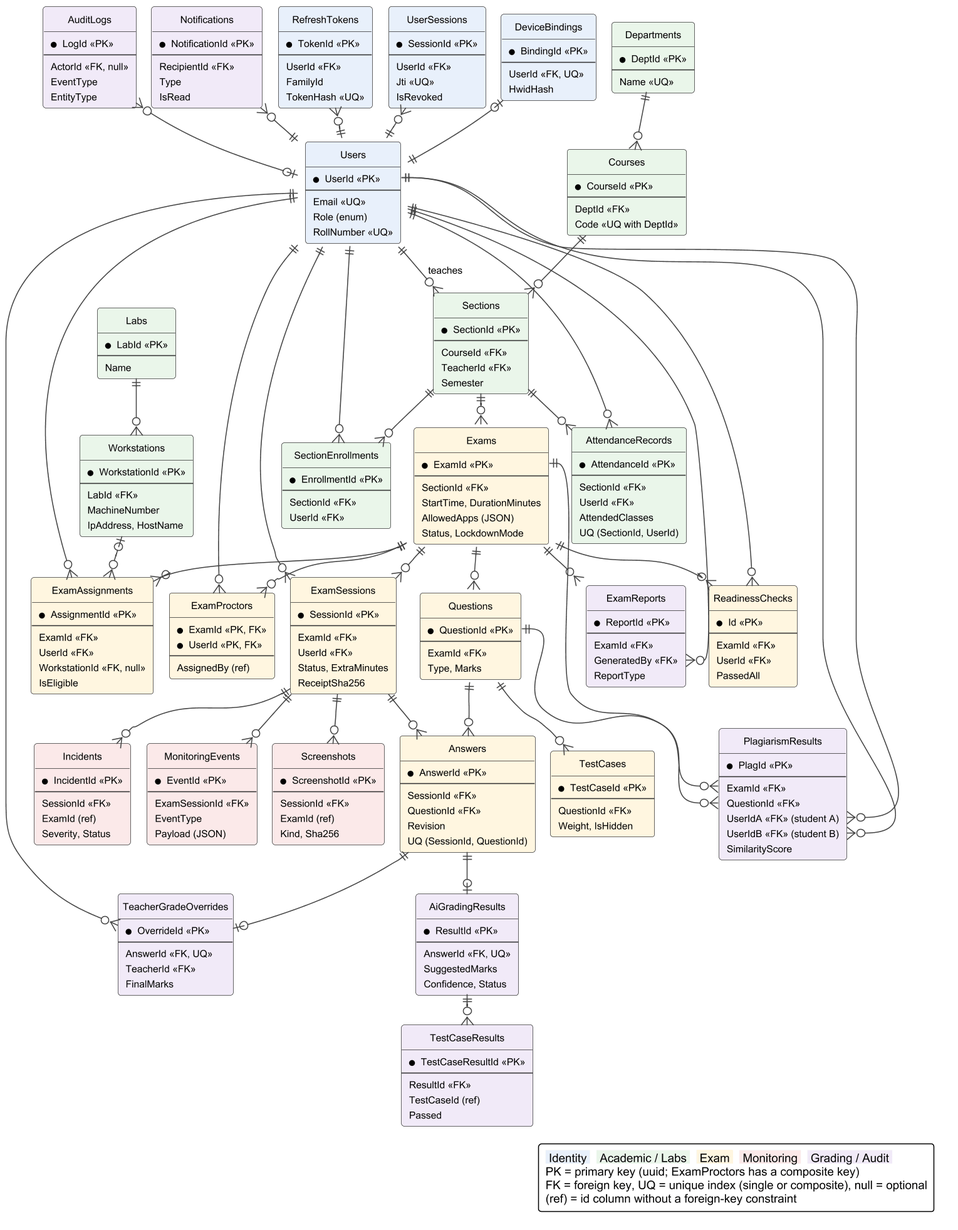
Earlier version of the PlantUML export important docs/fyp_doc_3chatp/Figures/erd_diagram.png (Haiderali27-hub/AI-Lab-Monitoring-). Its source is kept beside it as important docs/fyp_doc_3chatp/Figures/src/erd_diagram.puml. Source of this version:
```plantuml
@startuml
!include style.iuml
hide circle
hide empty methods
skinparam nodesep 16
skinparam ranksep 30
hide stereotype
skinparam entity {
  FontSize 13
  AttributeFontSize 12
}
skinparam ArrowColor #444444

entity Users <<Id>> #E8F0FB {
  * UserId <<PK>>
  --
  Email <<UQ>>
  Role (enum)
  RollNumber <<UQ>>
}
entity DeviceBindings <<Id>> #E8F0FB {
  * BindingId <<PK>>
  --
  UserId <<FK, UQ>>
  HwidHash
}
entity UserSessions <<Id>> #E8F0FB {
  * SessionId <<PK>>
  --
  UserId <<FK>>
  Jti <<UQ>>
  IsRevoked
}
entity RefreshTokens <<Id>> #E8F0FB {
  * TokenId <<PK>>
  --
  UserId <<FK>>
  FamilyId
  TokenHash <<UQ>>
}
entity Notifications <<Gr>> #F1EAF8 {
  * NotificationId <<PK>>
  --
  RecipientId <<FK>>
  Type
  IsRead
}
entity AuditLogs <<Gr>> #F1EAF8 {
  * LogId <<PK>>
  --
  ActorId <<FK, null>>
  EventType
  EntityType
}

entity Departments <<Ac>> #EAF6EA {
  * DeptId <<PK>>
  --
  Name <<UQ>>
}
entity Courses <<Ac>> #EAF6EA {
  * CourseId <<PK>>
  --
  DeptId <<FK>>
  Code <<UQ with DeptId>>
}
entity Sections <<Ac>> #EAF6EA {
  * SectionId <<PK>>
  --
  CourseId <<FK>>
  TeacherId <<FK>>
  Semester
}
entity SectionEnrollments <<Ac>> #EAF6EA {
  * EnrollmentId <<PK>>
  --
  SectionId <<FK>>
  UserId <<FK>>
}
entity AttendanceRecords <<Ac>> #EAF6EA {
  * AttendanceId <<PK>>
  --
  SectionId <<FK>>
  UserId <<FK>>
  AttendedClasses
  UQ (SectionId, UserId)
}
entity Labs <<Ac>> #EAF6EA {
  * LabId <<PK>>
  --
  Name
}
entity Workstations <<Ac>> #EAF6EA {
  * WorkstationId <<PK>>
  --
  LabId <<FK>>
  MachineNumber
  IpAddress, HostName
}

entity Exams <<Ex>> #FFF6E0 {
  * ExamId <<PK>>
  --
  SectionId <<FK>>
  StartTime, DurationMinutes
  AllowedApps (JSON)
  Status, LockdownMode
}
entity Questions <<Ex>> #FFF6E0 {
  * QuestionId <<PK>>
  --
  ExamId <<FK>>
  Type, Marks
}
entity TestCases <<Ex>> #FFF6E0 {
  * TestCaseId <<PK>>
  --
  QuestionId <<FK>>
  Weight, IsHidden
}
entity ExamAssignments <<Ex>> #FFF6E0 {
  * AssignmentId <<PK>>
  --
  ExamId <<FK>>
  UserId <<FK>>
  WorkstationId <<FK, null>>
  IsEligible
}
entity ExamProctors <<Ex>> #FFF6E0 {
  * ExamId <<PK, FK>>
  * UserId <<PK, FK>>
  --
  AssignedBy (ref)
}
entity ReadinessChecks <<Ex>> #FFF6E0 {
  * Id <<PK>>
  --
  ExamId <<FK>>
  UserId <<FK>>
  PassedAll
}
entity ExamSessions <<Ex>> #FFF6E0 {
  * SessionId <<PK>>
  --
  ExamId <<FK>>
  UserId <<FK>>
  Status, ExtraMinutes
  ReceiptSha256
}
entity Answers <<Ex>> #FFF6E0 {
  * AnswerId <<PK>>
  --
  SessionId <<FK>>
  QuestionId <<FK>>
  Revision
  UQ (SessionId, QuestionId)
}

entity MonitoringEvents <<Mo>> #FBE9E9 {
  * EventId <<PK>>
  --
  ExamSessionId <<FK>>
  EventType
  Payload (JSON)
}
entity Screenshots <<Mo>> #FBE9E9 {
  * ScreenshotId <<PK>>
  --
  SessionId <<FK>>
  ExamId (ref)
  Kind, Sha256
}
entity Incidents <<Mo>> #FBE9E9 {
  * IncidentId <<PK>>
  --
  SessionId <<FK>>
  ExamId (ref)
  Severity, Status
}

entity AiGradingResults <<Gr>> #F1EAF8 {
  * ResultId <<PK>>
  --
  AnswerId <<FK, UQ>>
  SuggestedMarks
  Confidence, Status
}
entity TestCaseResults <<Gr>> #F1EAF8 {
  * TestCaseResultId <<PK>>
  --
  ResultId <<FK>>
  TestCaseId (ref)
  Passed
}
entity TeacherGradeOverrides <<Gr>> #F1EAF8 {
  * OverrideId <<PK>>
  --
  AnswerId <<FK, UQ>>
  TeacherId <<FK>>
  FinalMarks
}
entity PlagiarismResults <<Gr>> #F1EAF8 {
  * PlagId <<PK>>
  --
  ExamId <<FK>>
  QuestionId <<FK>>
  UserIdA <<FK>> (student A)
  UserIdB <<FK>> (student B)
  SimilarityScore
}
entity ExamReports <<Gr>> #F1EAF8 {
  * ReportId <<PK>>
  --
  ExamId <<FK>>
  GeneratedBy <<FK>>
  ReportType
}


Users ||-up-o| DeviceBindings
Users ||-up-o{ UserSessions
Users ||-up-o{ RefreshTokens
Users ||-up-o{ Notifications
Users |o-up-o{ AuditLogs

Departments ||--o{ Courses
Courses ||--o{ Sections
Users ||--o{ Sections : teaches
Sections ||--o{ SectionEnrollments
Users ||--o{ SectionEnrollments
Sections ||--o{ AttendanceRecords
Users ||--o{ AttendanceRecords
Labs ||--o{ Workstations

Sections ||--o{ Exams
Exams ||--o{ Questions
Questions ||--o{ TestCases
Exams ||--o{ ExamAssignments
Users ||--o{ ExamAssignments
Workstations |o--o{ ExamAssignments
Exams ||--o{ ExamProctors
Users ||--o{ ExamProctors
Exams ||--o{ ReadinessChecks
Users ||--o{ ReadinessChecks
Exams ||--o{ ExamSessions
Users ||--o{ ExamSessions
ExamSessions ||--o{ Answers
Questions ||--o{ Answers

ExamSessions ||--o{ MonitoringEvents
ExamSessions ||--o{ Screenshots
ExamSessions ||--o{ Incidents

Answers ||--o| AiGradingResults
AiGradingResults ||--o{ TestCaseResults
Answers ||--o| TeacherGradeOverrides
Users ||--o{ TeacherGradeOverrides
Exams::ExamId ||--o{ PlagiarismResults::ExamId
Questions::QuestionId ||--o{ PlagiarismResults::QuestionId
Users::UserId ||--o{ PlagiarismResults::UserIdA
Users::UserId ||--o{ PlagiarismResults::UserIdB
Exams ||--o{ ExamReports
Users ||--o{ ExamReports::GeneratedBy

skinparam legendFontSize 12
legend bottom right
  <back:#E8F0FB> Identity </back>  <back:#EAF6EA> Academic / Labs </back>  <back:#FFF6E0> Exam </back>  <back:#FBE9E9> Monitoring </back>  <back:#F1EAF8> Grading / Audit </back>
  PK = primary key (uuid; ExamProctors has a composite key)
  FK = foreign key, UQ = unique index (single or composite), null = optional
  (ref) = id column without a foreign-key constraint
endlegend
@enduml
```
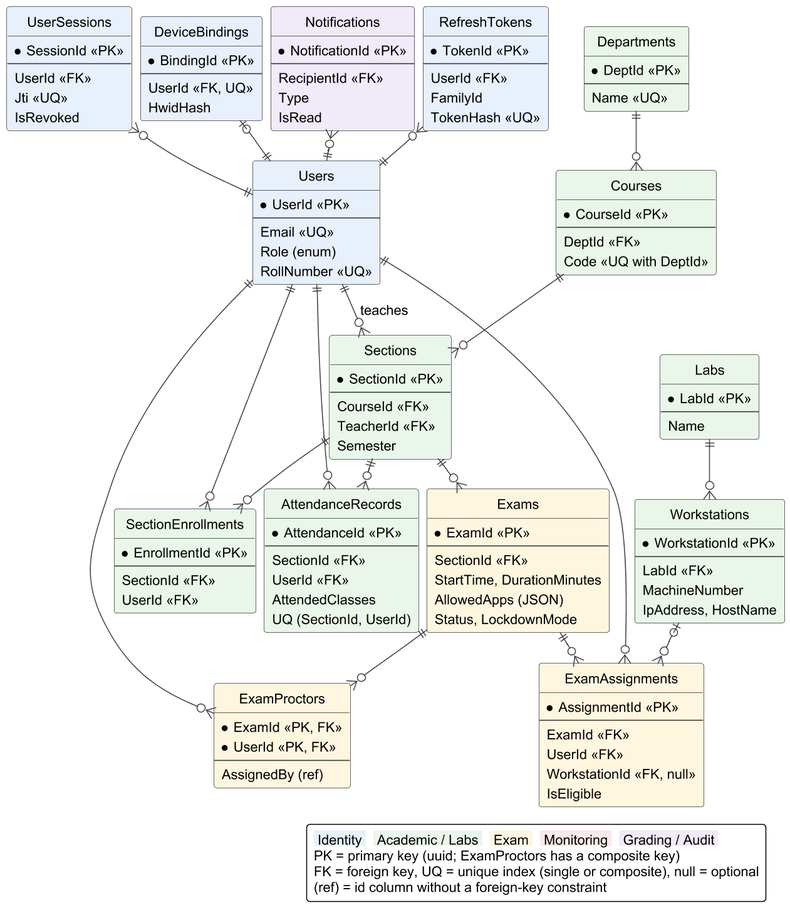
Later version of the same file.

The edit, as a diff of the source:
```diff
@@ -2,14 +2,19 @@
 !include style.iuml
 hide circle
 hide empty methods
-skinparam nodesep 16
+skinparam nodesep 8
 skinparam ranksep 30
 hide stereotype
+skinparam class {
+  FontSize 14
+  AttributeFontSize 14
+}
 skinparam entity {
-  FontSize 13
-  AttributeFontSize 12
+  FontSize 14
+  AttributeFontSize 14
 }
 skinparam ArrowColor #444444
+skinparam ArrowFontSize 14
 
 entity Users <<Id>> #E8F0FB {
   * UserId <<PK>>
@@ -45,14 +50,6 @@
   Type
   IsRead
 }
-entity AuditLogs <<Gr>> #F1EAF8 {
-  * LogId <<PK>>
-  --
-  ActorId <<FK, null>>
-  EventType
-  EntityType
-}
-
 entity Departments <<Ac>> #EAF6EA {
   * DeptId <<PK>>
   --
@@ -97,7 +94,6 @@
   MachineNumber
   IpAddress, HostName
 }
-
 entity Exams <<Ex>> #FFF6E0 {
   * ExamId <<PK>>
   --
@@ -105,18 +101,6 @@
   StartTime, DurationMinutes
   AllowedApps (JSON)
   Status, LockdownMode
-}
-entity Questions <<Ex>> #FFF6E0 {
-  * QuestionId <<PK>>
-  --
-  ExamId <<FK>>
-  Type, Marks
-}
-entity TestCases <<Ex>> #FFF6E0 {
-  * TestCaseId <<PK>>
-  --
-  QuestionId <<FK>>
-  Weight, IsHidden
 }
 entity ExamAssignments <<Ex>> #FFF6E0 {
   * AssignmentId <<PK>>
@@ -132,97 +116,11 @@
   --
   AssignedBy (ref)
 }
-entity ReadinessChecks <<Ex>> #FFF6E0 {
-  * Id <<PK>>
-  --
-  ExamId <<FK>>
-  UserId <<FK>>
-  PassedAll
-}
-entity ExamSessions <<Ex>> #FFF6E0 {
-  * SessionId <<PK>>
-  --
-  ExamId <<FK>>
-  UserId <<FK>>
-  Status, ExtraMinutes
-  ReceiptSha256
-}
-entity Answers <<Ex>> #FFF6E0 {
-  * AnswerId <<PK>>
-  --
-  SessionId <<FK>>
-  QuestionId <<FK>>
-  Revision
-  UQ (SessionId, QuestionId)
-}
-
-entity MonitoringEvents <<Mo>> #FBE9E9 {
-  * EventId <<PK>>
-  --
-  ExamSessionId <<FK>>
-  EventType
-  Payload (JSON)
-}
-entity Screenshots <<Mo>> #FBE9E9 {
-  * ScreenshotId <<PK>>
-  --
-  SessionId <<FK>>
-  ExamId (ref)
-  Kind, Sha256
-}
-entity Incidents <<Mo>> #FBE9E9 {
-  * IncidentId <<PK>>
-  --
-  SessionId <<FK>>
-  ExamId (ref)
-  Severity, Status
-}
-
-entity AiGradingResults <<Gr>> #F1EAF8 {
-  * ResultId <<PK>>
-  --
-  AnswerId <<FK, UQ>>
-  SuggestedMarks
-  Confidence, Status
-}
-entity TestCaseResults <<Gr>> #F1EAF8 {
-  * TestCaseResultId <<PK>>
-  --
-  ResultId <<FK>>
-  TestCaseId (ref)
-  Passed
-}
-entity TeacherGradeOverrides <<Gr>> #F1EAF8 {
-  * OverrideId <<PK>>
-  --
-  AnswerId <<FK, UQ>>
-  TeacherId <<FK>>
-  FinalMarks
-}
-entity PlagiarismResults <<Gr>> #F1EAF8 {
-  * PlagId <<PK>>
-  --
-  ExamId <<FK>>
-  QuestionId <<FK>>
-  UserIdA <<FK>> (student A)
-  UserIdB <<FK>> (student B)
-  SimilarityScore
-}
-entity ExamReports <<Gr>> #F1EAF8 {
-  * ReportId <<PK>>
-  --
-  ExamId <<FK>>
-  GeneratedBy <<FK>>
-  ReportType
-}
-
 
 Users ||-up-o| DeviceBindings
 Users ||-up-o{ UserSessions
 Users ||-up-o{ RefreshTokens
 Users ||-up-o{ Notifications
-Users |o-up-o{ AuditLogs
-
 Departments ||--o{ Courses
 Courses ||--o{ Sections
 Users ||--o{ Sections : teaches
@@ -231,38 +129,14 @@
 Sections ||--o{ AttendanceRecords
 Users ||--o{ AttendanceRecords
 Labs ||--o{ Workstations
-
 Sections ||--o{ Exams
-Exams ||--o{ Questions
-Questions ||--o{ TestCases
 Exams ||--o{ ExamAssignments
 Users ||--o{ ExamAssignments
 Workstations |o--o{ ExamAssignments
 Exams ||--o{ ExamProctors
 Users ||--o{ ExamProctors
-Exams ||--o{ ReadinessChecks
-Users ||--o{ ReadinessChecks
-Exams ||--o{ ExamSessions
-Users ||--o{ ExamSessions
-ExamSessions ||--o{ Answers
-Questions ||--o{ Answers
 
-ExamSessions ||--o{ MonitoringEvents
-ExamSessions ||--o{ Screenshots
-ExamSessions ||--o{ Incidents
-
-Answers ||--o| AiGradingResults
-AiGradingResults ||--o{ TestCaseResults
-Answers ||--o| TeacherGradeOverrides
-Users ||--o{ TeacherGradeOverrides
-Exams::ExamId ||--o{ PlagiarismResults::ExamId
-Questions::QuestionId ||--o{ PlagiarismResults::QuestionId
-Users::UserId ||--o{ PlagiarismResults::UserIdA
-Users::UserId ||--o{ PlagiarismResults::UserIdB
-Exams ||--o{ ExamReports
-Users ||--o{ ExamReports::GeneratedBy
-
-skinparam legendFontSize 12
+skinparam legendFontSize 14
 legend bottom right
   <back:#E8F0FB> Identity </back>  <back:#EAF6EA> Academic / Labs </back>  <back:#FFF6E0> Exam </back>  <back:#FBE9E9> Monitoring </back>  <back:#F1EAF8> Grading / Audit </back>
   PK = primary key (uuid; ExamProctors has a composite key)
```
